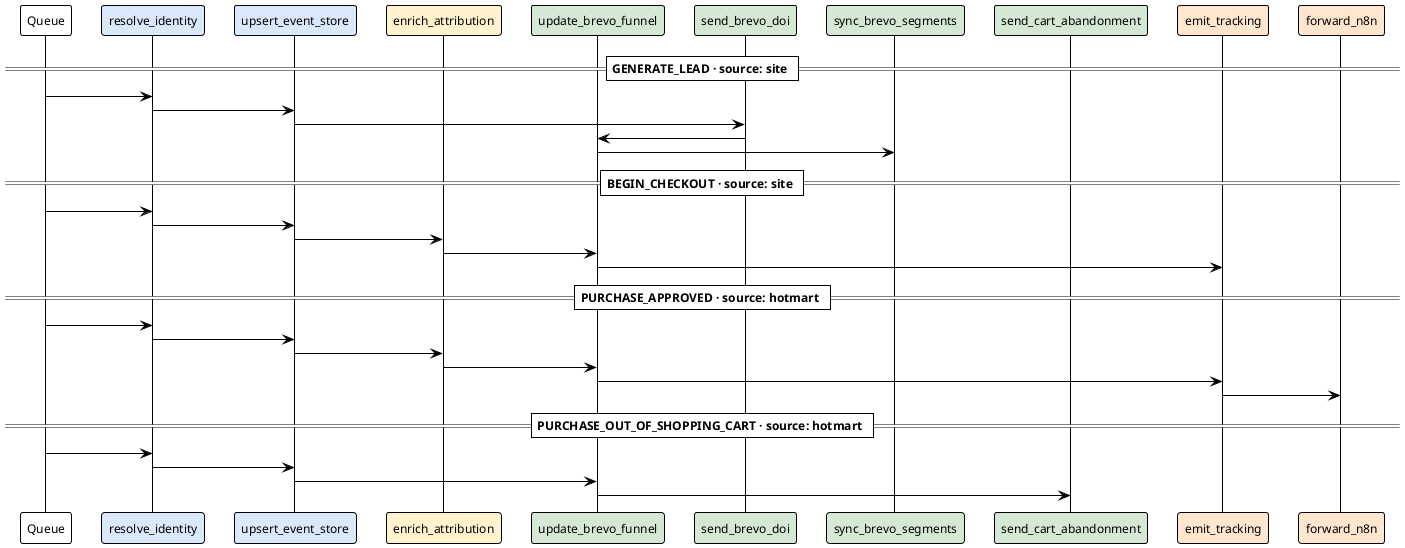
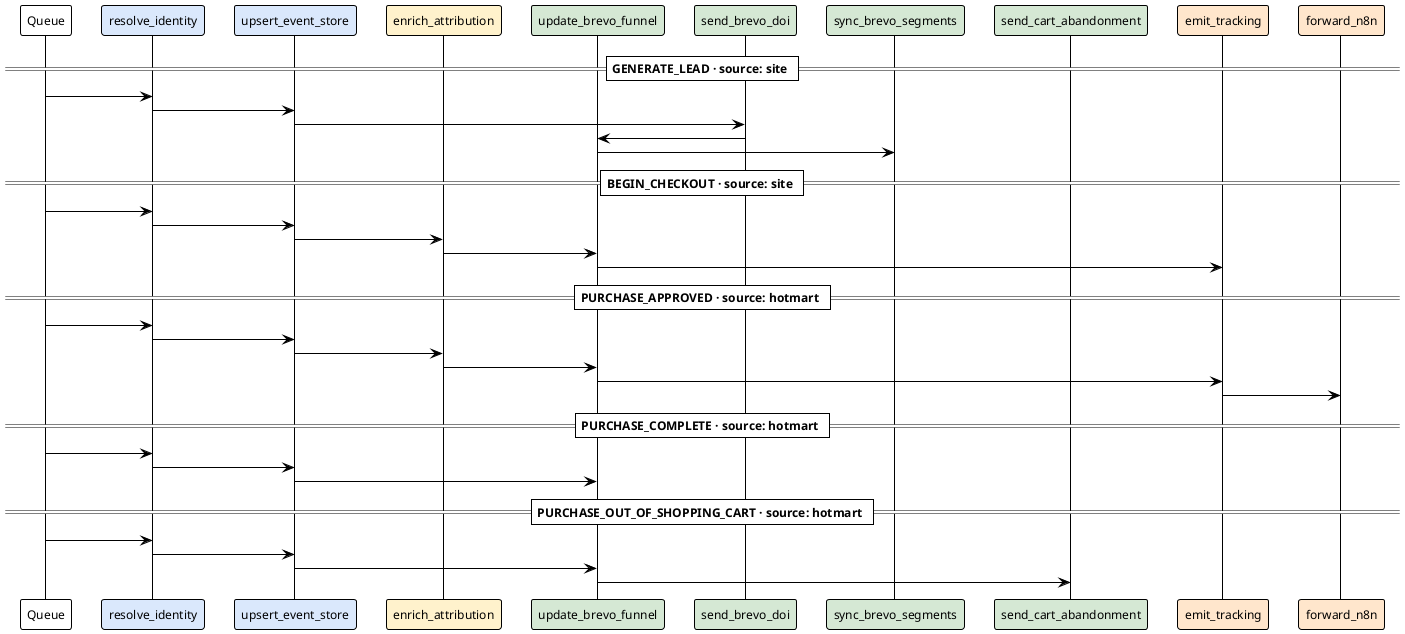
@startuml chains-handlers
!theme plain
skinparam sequenceMessageAlign center
skinparam sequenceBoxBackgroundColor #F5F5F5
skinparam backgroundColor #FFFFFF
skinparam defaultFontSize 12

participant "Queue" as Q
participant "resolve_identity" as RI #DAE8FC
participant "upsert_event_store" as US #DAE8FC
participant "enrich_attribution" as EA #FFF2CC
participant "update_brevo_funnel" as UB #D5E8D4
participant "send_brevo_doi" as SB #D5E8D4
participant "sync_brevo_segments" as SS #D5E8D4
participant "send_cart_abandonment" as SC #D5E8D4
participant "emit_tracking" as ET #FFE6CC
participant "forward_n8n" as FN #FFE6CC

== GENERATE_LEAD · source: site ==

Q -> RI
RI -> US
US -> SB
SB -> UB
UB -> SS

== BEGIN_CHECKOUT · source: site ==

Q -> RI
RI -> US
US -> EA
EA -> UB
UB -> ET

== PURCHASE_APPROVED · source: hotmart ==

Q -> RI
RI -> US
US -> EA
EA -> UB
UB -> ET
ET -> FN

+ == PURCHASE_COMPLETE · source: hotmart ==
+ 
+ Q -> RI
+ RI -> US
+ US -> UB
+ 
== PURCHASE_OUT_OF_SHOPPING_CART · source: hotmart ==

Q -> RI
RI -> US
US -> UB
UB -> SC

@enduml
